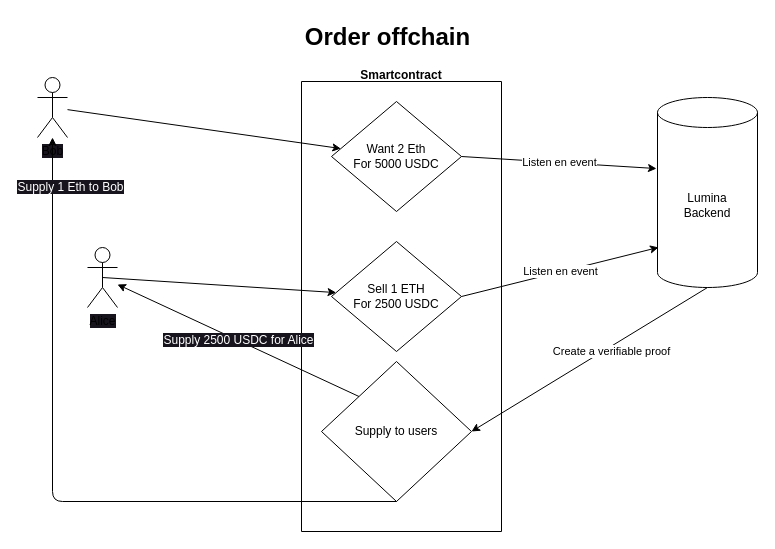
Earlier version of the draw.io diagram packages/contracts/order-offchain.drawio (Lumina-DEX/lumina-permissioned). Source tidied: cells renumbered, new cells numbered last; positions are measured from the earlier drawing's top-left corner, leaving out a move shared by most shapes. Both pictures are drawn from the tidied source at 100%, with x=0, y=0 at pixel (37, 17).
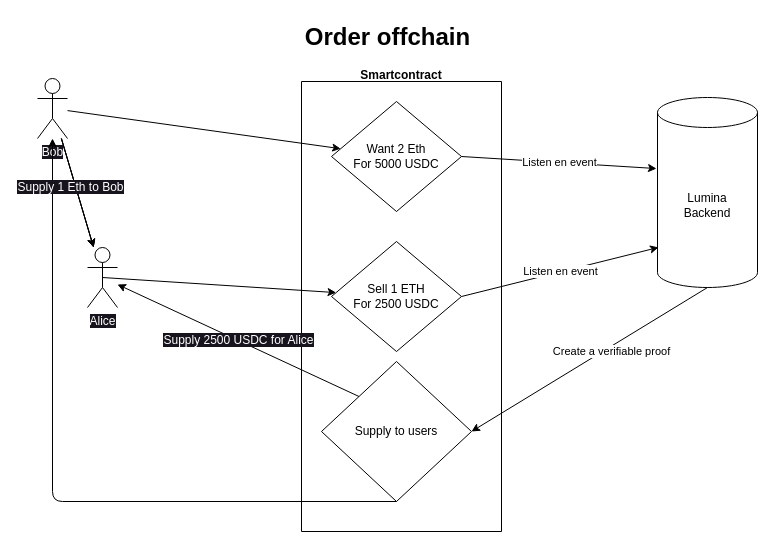
The same diagram, later.

The edit, as a diff of the source:
```diff
@@
+    <mxCell id="18" style="edgeStyle=none;html=1;" parent="1" edge="1" source="2" target="3">
+      <mxGeometry relative="1" as="geometry" />
+    </mxCell>
+    <mxCell id="19" style="edgeStyle=none;html=1;" parent="1" edge="1" source="2" target="3">
+      <mxGeometry relative="1" as="geometry" />
+    </mxCell>
+    <mxCell id="20" style="edgeStyle=none;html=1;" parent="1" edge="1" source="2" target="3">
+      <mxGeometry relative="1" as="geometry" />
+    </mxCell>
-    <mxCell id="2" value="&lt;span style=&quot;background-color: rgb(24, 20, 29);&quot;&gt;Bob&lt;/span&gt;" style="shape=umlActor;verticalLabelPosition=bottom;verticalAlign=top;html=1;outlineConnect=0;" parent="1" vertex="1">
-      <mxGeometry y="60" width="30" height="60" as="geometry" />
+    <mxCell id="2" value="&lt;span style=&quot;background-color: rgb(24, 20, 29);&quot;&gt;&lt;font color=&quot;#ffffff&quot;&gt;Bob&lt;/font&gt;&lt;/span&gt;" style="shape=umlActor;verticalLabelPosition=bottom;verticalAlign=top;html=1;outlineConnect=0;" parent="1" vertex="1">
+      <mxGeometry y="61" width="30" height="60" as="geometry" />
     </mxCell>
-    <mxCell id="3" value="&lt;span style=&quot;background-color: rgb(24, 20, 29);&quot;&gt;Alice&lt;/span&gt;" style="shape=umlActor;verticalLabelPosition=bottom;verticalAlign=top;html=1;outlineConnect=0;" parent="1" vertex="1">
+    <mxCell id="3" value="&lt;span style=&quot;background-color: rgb(24, 20, 29);&quot;&gt;&lt;font color=&quot;#ffffff&quot;&gt;Alice&lt;/font&gt;&lt;/span&gt;" style="shape=umlActor;verticalLabelPosition=bottom;verticalAlign=top;html=1;outlineConnect=0;" parent="1" vertex="1">
       <mxGeometry x="50" y="230" width="30" height="60" as="geometry" />
     </mxCell>
```
